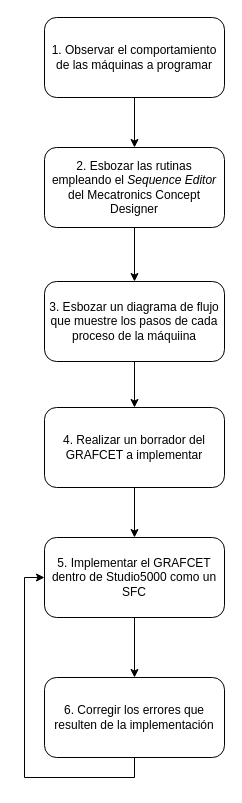
Earlier version of the draw.io diagram 7 Controladores Industriales/DiagramaDeFlujo_Modulo7.drawio (danielCamiloP/TecnomecatroniX). Source tidied: cells renumbered, new cells numbered last; positions are measured from the earlier drawing's top-left corner, leaving out a move shared by most shapes. Both pictures are drawn from the tidied source at 100%, with x=0, y=0 at pixel (44, 17).
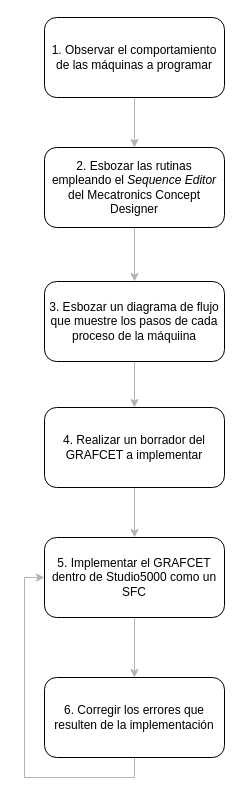
Above is the later version.

The edit, as a diff of the source:
```diff
@@
 <mxGraphModel>
   <root>
     <mxCell id="0" />
     <mxCell id="1" parent="0" />
-    <mxCell id="2" style="edgeStyle=orthogonalEdgeStyle;rounded=0;jettySize=auto;html=1;" parent="1" edge="1" source="3" target="5">
+    <mxCell id="2" style="edgeStyle=orthogonalEdgeStyle;rounded=0;jettySize=auto;html=1;strokeColor=#B3B3B3;" parent="1" edge="1" source="3" target="5">
       <mxGeometry relative="1" as="geometry" />
     </mxCell>
     <mxCell id="3" value="1. Observar el comportamiento de las máquinas a programar" style="rounded=1;whiteSpace=wrap;html=1;" parent="1" vertex="1">
       <mxGeometry width="180" height="80" as="geometry" />
     </mxCell>
-    <mxCell id="4" style="edgeStyle=orthogonalEdgeStyle;rounded=0;jettySize=auto;html=1;" parent="1" edge="1" source="5" target="7">
+    <mxCell id="4" style="edgeStyle=orthogonalEdgeStyle;rounded=0;jettySize=auto;html=1;strokeColor=#B3B3B3;" parent="1" edge="1" source="5" target="7">
       <mxGeometry relative="1" as="geometry" />
     </mxCell>
     <mxCell id="5" value="2. Esbozar las rutinas empleando el &lt;i&gt;Sequence Editor&lt;/i&gt; del Mecatronics Concept Designer" style="rounded=1;whiteSpace=wrap;html=1;" parent="1" vertex="1">
       <mxGeometry y="130" width="180" height="80" as="geometry" />
     </mxCell>
-    <mxCell id="6" style="edgeStyle=orthogonalEdgeStyle;rounded=0;jettySize=auto;html=1;" parent="1" edge="1" source="7" target="9">
+    <mxCell id="6" style="edgeStyle=orthogonalEdgeStyle;rounded=0;jettySize=auto;html=1;strokeColor=#B3B3B3;" parent="1" edge="1" source="7" target="9">
       <mxGeometry relative="1" as="geometry" />
     </mxCell>
     <mxCell id="7" value="3. Esbozar un diagrama de flujo que muestre los pasos de cada proceso de la máquiina" style="rounded=1;whiteSpace=wrap;html=1;" parent="1" vertex="1">
       <mxGeometry y="264" width="180" height="80" as="geometry" />
     </mxCell>
-    <mxCell id="8" style="edgeStyle=orthogonalEdgeStyle;rounded=0;jettySize=auto;html=1;" parent="1" edge="1" source="9" target="11">
+    <mxCell id="8" style="edgeStyle=orthogonalEdgeStyle;rounded=0;jettySize=auto;html=1;strokeColor=#B3B3B3;" parent="1" edge="1" source="9" target="11">
       <mxGeometry relative="1" as="geometry" />
     </mxCell>
     <mxCell id="9" value="4. Realizar un borrador del GRAFCET a implementar" style="rounded=1;whiteSpace=wrap;html=1;" parent="1" vertex="1">
       <mxGeometry y="390" width="180" height="80" as="geometry" />
     </mxCell>
-    <mxCell id="10" style="edgeStyle=orthogonalEdgeStyle;rounded=0;jettySize=auto;html=1;" parent="1" edge="1" source="11" target="13">
+    <mxCell id="10" style="edgeStyle=orthogonalEdgeStyle;rounded=0;jettySize=auto;html=1;strokeColor=#B3B3B3;" parent="1" edge="1" source="11" target="13">
       <mxGeometry relative="1" as="geometry" />
     </mxCell>
     <mxCell id="11" value="5. Implementar el GRAFCET dentro de Studio5000 como un SFC" style="rounded=1;whiteSpace=wrap;html=1;" parent="1" vertex="1">
       <mxGeometry y="520" width="180" height="80" as="geometry" />
     </mxCell>
-    <mxCell id="12" style="edgeStyle=orthogonalEdgeStyle;rounded=0;jettySize=auto;html=1;exitX=0.5;exitY=1;exitDx=0;exitDy=0;entryX=0;entryY=0.5;entryDx=0;entryDy=0;" parent="1" edge="1" source="13" target="11">
+    <mxCell id="12" style="edgeStyle=orthogonalEdgeStyle;rounded=0;jettySize=auto;html=1;exitX=0.5;exitY=1;exitDx=0;exitDy=0;entryX=0;entryY=0.5;entryDx=0;entryDy=0;strokeColor=#B3B3B3;" parent="1" edge="1" source="13" target="11">
       <mxGeometry relative="1" as="geometry" />
     </mxCell>
     <mxCell id="13" value="6. Corregir los errores que resulten de la implementación" style="rounded=1;whiteSpace=wrap;html=1;" parent="1" vertex="1">
       <mxGeometry y="660" width="180" height="80" as="geometry" />
     </mxCell>
   </root>
 </mxGraphModel>
```
